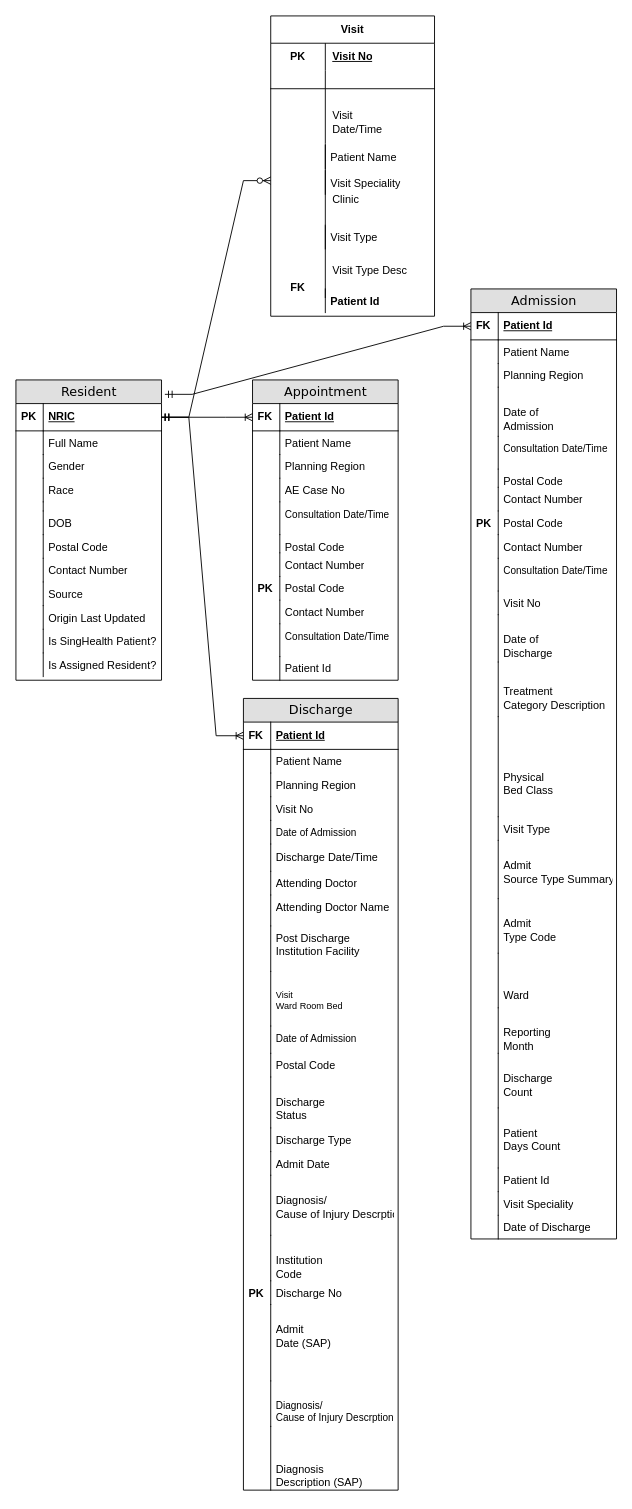
This is Design/eHints Entity Relationship Test.drawio from pavanmanideep/Tools, a draw.io file, before an edit. Source tidied: cells renumbered, new cells numbered last; positions are measured from the earlier drawing's top-left corner, leaving out a move shared by most shapes. Both pictures are drawn from the tidied source at 91%, with x=0, y=0 at pixel (15, 15).
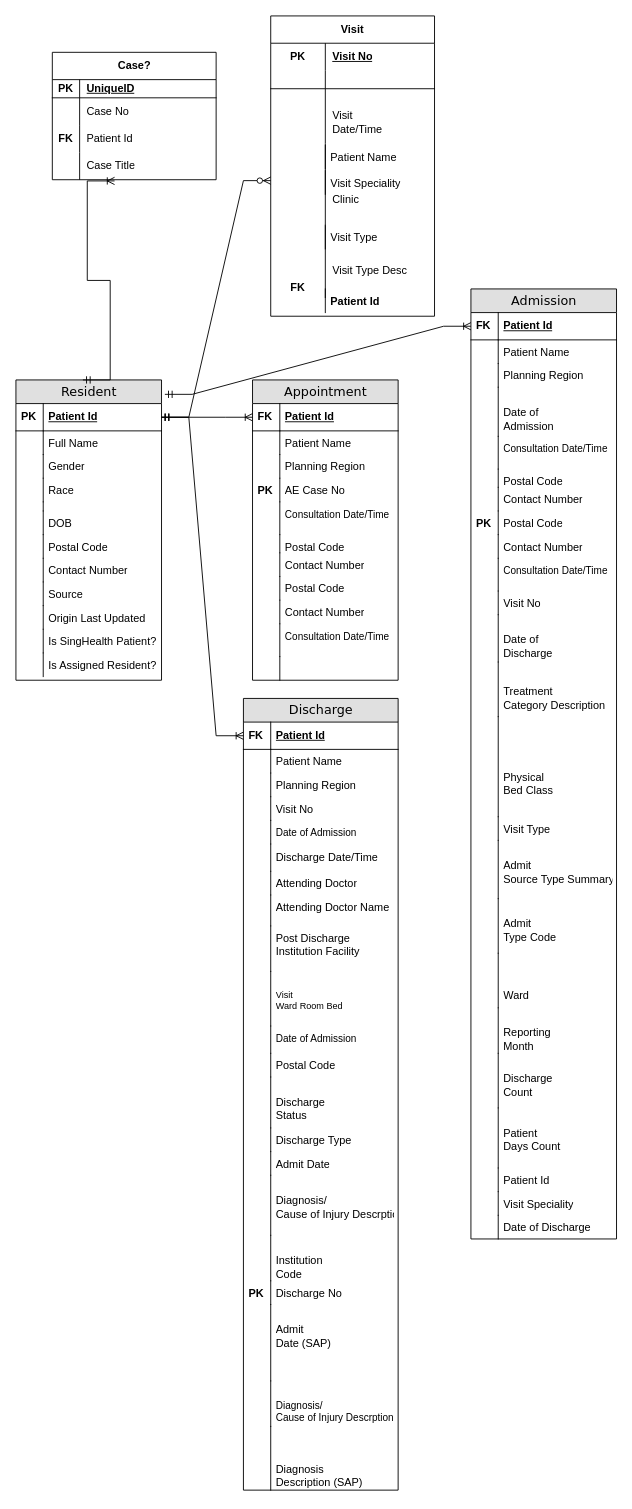
The same diagram, later.

The change refers to these unchanged cells:
```xml
<mxCell id="2" value="Resident" style="swimlane;html=1;fontStyle=0;horizontal=1;startSize=26;fillColor=#e0e0e0;swimlaneFillColor=#ffffff;align=center;rounded=0;shadow=0;comic=0;labelBackgroundColor=none;strokeWidth=1;fontFamily=Verdana;fontSize=14;" parent="1" vertex="1">
  <mxGeometry y="400" width="160" height="330" as="geometry" />
</mxCell>
<mxCell id="27" value="Appointment" style="swimlane;html=1;fontStyle=0;horizontal=1;startSize=26;fillColor=#e0e0e0;swimlaneFillColor=#ffffff;align=center;rounded=0;shadow=0;comic=0;labelBackgroundColor=none;strokeWidth=1;fontFamily=Verdana;fontSize=14;" parent="1" vertex="1">
  <mxGeometry x="260" y="400" width="160" height="330" as="geometry" />
</mxCell>
<mxCell id="34" value="AE Case No" style="shape=partialRectangle;top=0;left=0;right=0;bottom=0;html=1;align=left;verticalAlign=top;fillColor=none;spacingLeft=34;spacingRight=4;whiteSpace=wrap;overflow=hidden;" parent="27" vertex="1">
  <mxGeometry y="108" width="160" height="26" as="geometry" />
</mxCell>
<mxCell id="42" value="Postal Code" style="shape=partialRectangle;top=0;left=0;right=0;bottom=0;html=1;align=left;verticalAlign=top;fillColor=none;spacingLeft=34;spacingRight=4;whiteSpace=wrap;overflow=hidden;" parent="27" vertex="1">
  <mxGeometry y="216" width="160" height="26" as="geometry" />
</mxCell>
<mxCell id="119" value="Patient Id" style="shape=partialRectangle;top=0;left=0;right=0;bottom=1;html=1;align=left;verticalAlign=middle;fillColor=none;spacingLeft=34;spacingRight=4;whiteSpace=wrap;overflow=hidden;points=[[0,0.5],[1,0.5]];portConstraint=eastwest;fontStyle=5;" parent="118" vertex="1">
  <mxGeometry y="26" width="160" height="30" as="geometry" />
</mxCell>
```

The edit, as a diff of the source:
```diff
@@
-    <mxCell id="3" value="NRIC" style="shape=partialRectangle;top=0;left=0;right=0;bottom=1;html=1;align=left;verticalAlign=middle;fillColor=none;spacingLeft=34;spacingRight=4;whiteSpace=wrap;overflow=hidden;points=[[0,0.5],[1,0.5]];portConstraint=eastwest;fontStyle=5;" parent="2" vertex="1">
+    <mxCell id="3" value="Patient Id" style="shape=partialRectangle;top=0;left=0;right=0;bottom=1;html=1;align=left;verticalAlign=middle;fillColor=none;spacingLeft=34;spacingRight=4;whiteSpace=wrap;overflow=hidden;points=[[0,0.5],[1,0.5]];portConstraint=eastwest;fontStyle=5;" parent="2" vertex="1">
       <mxGeometry y="26" width="160" height="30" as="geometry" />
     </mxCell>
@@
-    <mxCell id="35" style="shape=partialRectangle;top=0;left=0;bottom=0;html=1;fillColor=none;align=left;verticalAlign=top;spacingLeft=4;spacingRight=4;whiteSpace=wrap;overflow=hidden;" parent="34" vertex="1">
+    <mxCell id="35" value="&lt;b&gt;PK&lt;/b&gt;" style="shape=partialRectangle;top=0;left=0;bottom=0;html=1;fillColor=none;align=left;verticalAlign=top;spacingLeft=4;spacingRight=4;whiteSpace=wrap;overflow=hidden;" parent="34" vertex="1">
       <mxGeometry width="30" height="26" as="geometry" />
     </mxCell>
@@
-    <mxCell id="43" value="&lt;b&gt;PK&lt;/b&gt;" style="shape=partialRectangle;top=0;left=0;bottom=0;html=1;fillColor=none;align=left;verticalAlign=top;spacingLeft=4;spacingRight=4;whiteSpace=wrap;overflow=hidden;" parent="42" vertex="1">
+    <mxCell id="43" style="shape=partialRectangle;top=0;left=0;bottom=0;html=1;fillColor=none;align=left;verticalAlign=top;spacingLeft=4;spacingRight=4;whiteSpace=wrap;overflow=hidden;" parent="42" vertex="1">
       <mxGeometry width="30" height="26" as="geometry" />
     </mxCell>
@@
-    <mxCell id="48" value="Patient Id" style="shape=partialRectangle;top=0;left=0;right=0;bottom=0;html=1;align=left;verticalAlign=top;fillColor=none;spacingLeft=34;spacingRight=4;whiteSpace=wrap;overflow=hidden;" parent="27" vertex="1">
+    <mxCell id="48" style="shape=partialRectangle;top=0;left=0;right=0;bottom=0;html=1;align=left;verticalAlign=top;fillColor=none;spacingLeft=34;spacingRight=4;whiteSpace=wrap;overflow=hidden;" parent="27" vertex="1">
       <mxGeometry y="304" width="160" height="26" as="geometry" />
     </mxCell>
@@
     <mxCell id="167" style="edgeStyle=entityRelationEdgeStyle;fontSize=12;html=1;endArrow=ERoneToMany;startArrow=ERmandOne;rounded=0;exitX=1.023;exitY=0.048;exitDx=0;exitDy=0;exitPerimeter=0;" parent="1" edge="1" source="2" target="119">
-      <mxGeometry relative="1" as="geometry" />
+      <mxGeometry relative="1" as="geometry">
+        <Array as="points">
+          <mxPoint x="164" y="416" />
+        </Array>
+      </mxGeometry>
     </mxCell>
@@
+    <mxCell id="170" value="Case?" style="shape=table;startSize=30;childLayout=tableLayout;rowLines=0;fontStyle=1;align=center;html=1;" parent="1" vertex="1">
+      <mxGeometry x="40" y="40" width="180" height="140" as="geometry" />
+    </mxCell>
+    <mxCell id="171" style="shape=tableRow;horizontal=0;startSize=0;swimlaneHead=0;swimlaneBody=0;fillColor=none;top=0;left=0;right=0;bottom=1;" parent="170" vertex="1">
+      <mxGeometry y="30" width="180" height="20" as="geometry" />
+    </mxCell>
+    <mxCell id="172" value="PK" style="shape=partialRectangle;fillColor=none;top=0;left=0;bottom=0;right=0;fontStyle=1;overflow=hidden;whiteSpace=wrap;html=1;" parent="171" vertex="1">
+      <mxGeometry width="30" height="20" as="geometry" />
+    </mxCell>
+    <mxCell id="173" value="UniqueID" style="shape=partialRectangle;fillColor=none;top=0;left=0;bottom=0;right=0;align=left;spacingLeft=6;fontStyle=5;overflow=hidden;whiteSpace=wrap;html=1;" parent="171" vertex="1">
+      <mxGeometry x="30" width="150" height="20" as="geometry" />
+    </mxCell>
+    <mxCell id="174" style="shape=tableRow;horizontal=0;startSize=0;swimlaneHead=0;swimlaneBody=0;fillColor=none;top=0;left=0;right=0;bottom=0;" parent="170" vertex="1">
+      <mxGeometry y="50" width="180" height="30" as="geometry" />
+    </mxCell>
+    <mxCell id="175" style="shape=partialRectangle;fillColor=none;top=0;left=0;bottom=0;right=0;overflow=hidden;whiteSpace=wrap;html=1;" parent="174" vertex="1">
+      <mxGeometry width="30" height="30" as="geometry" />
+    </mxCell>
+    <mxCell id="176" value="Case No" style="shape=partialRectangle;fillColor=none;top=0;left=0;bottom=0;right=0;align=left;spacingLeft=6;overflow=hidden;whiteSpace=wrap;html=1;" parent="174" vertex="1">
+      <mxGeometry x="30" width="150" height="30" as="geometry" />
+    </mxCell>
+    <mxCell id="177" style="shape=tableRow;horizontal=0;startSize=0;swimlaneHead=0;swimlaneBody=0;fillColor=none;top=0;left=0;right=0;bottom=0;" parent="170" vertex="1">
+      <mxGeometry y="80" width="180" height="30" as="geometry" />
+    </mxCell>
+    <mxCell id="178" value="&lt;b&gt;FK&lt;/b&gt;" style="shape=partialRectangle;fillColor=none;top=0;left=0;bottom=0;right=0;overflow=hidden;whiteSpace=wrap;html=1;" parent="177" vertex="1">
+      <mxGeometry width="30" height="30" as="geometry" />
+    </mxCell>
+    <mxCell id="179" value="Patient Id" style="shape=partialRectangle;fillColor=none;top=0;left=0;bottom=0;right=0;align=left;spacingLeft=6;overflow=hidden;whiteSpace=wrap;html=1;" parent="177" vertex="1">
+      <mxGeometry x="30" width="150" height="30" as="geometry" />
+    </mxCell>
+    <mxCell id="180" style="shape=tableRow;horizontal=0;startSize=0;swimlaneHead=0;swimlaneBody=0;fillColor=none;points=[[0,0.5],[1,0.5]];portConstraint=eastwest;top=0;left=0;right=0;bottom=0;" parent="170" vertex="1">
+      <mxGeometry y="110" width="180" height="30" as="geometry" />
+    </mxCell>
+    <mxCell id="181" style="shape=partialRectangle;fillColor=none;top=0;left=0;bottom=0;right=0;overflow=hidden;whiteSpace=wrap;html=1;" parent="180" vertex="1">
+      <mxGeometry width="30" height="30" as="geometry" />
+    </mxCell>
+    <mxCell id="182" value="Case Title" style="shape=partialRectangle;fillColor=none;top=0;left=0;bottom=0;right=0;align=left;spacingLeft=6;overflow=hidden;whiteSpace=wrap;html=1;" parent="180" vertex="1">
+      <mxGeometry x="30" width="150" height="30" as="geometry" />
+    </mxCell>
+    <mxCell id="183" style="edgeStyle=entityRelationEdgeStyle;fontSize=12;html=1;endArrow=ERoneToMany;startArrow=ERmandOne;rounded=0;exitX=0.46;exitY=0;exitDx=0;exitDy=0;exitPerimeter=0;entryX=0.38;entryY=1.044;entryDx=0;entryDy=0;entryPerimeter=0;" parent="1" edge="1" source="2" target="180">
+      <mxGeometry relative="1" as="geometry">
+        <Array as="points">
+          <mxPoint x="60" y="390" />
+          <mxPoint x="120" y="240" />
+        </Array>
+      </mxGeometry>
+    </mxCell>
```
